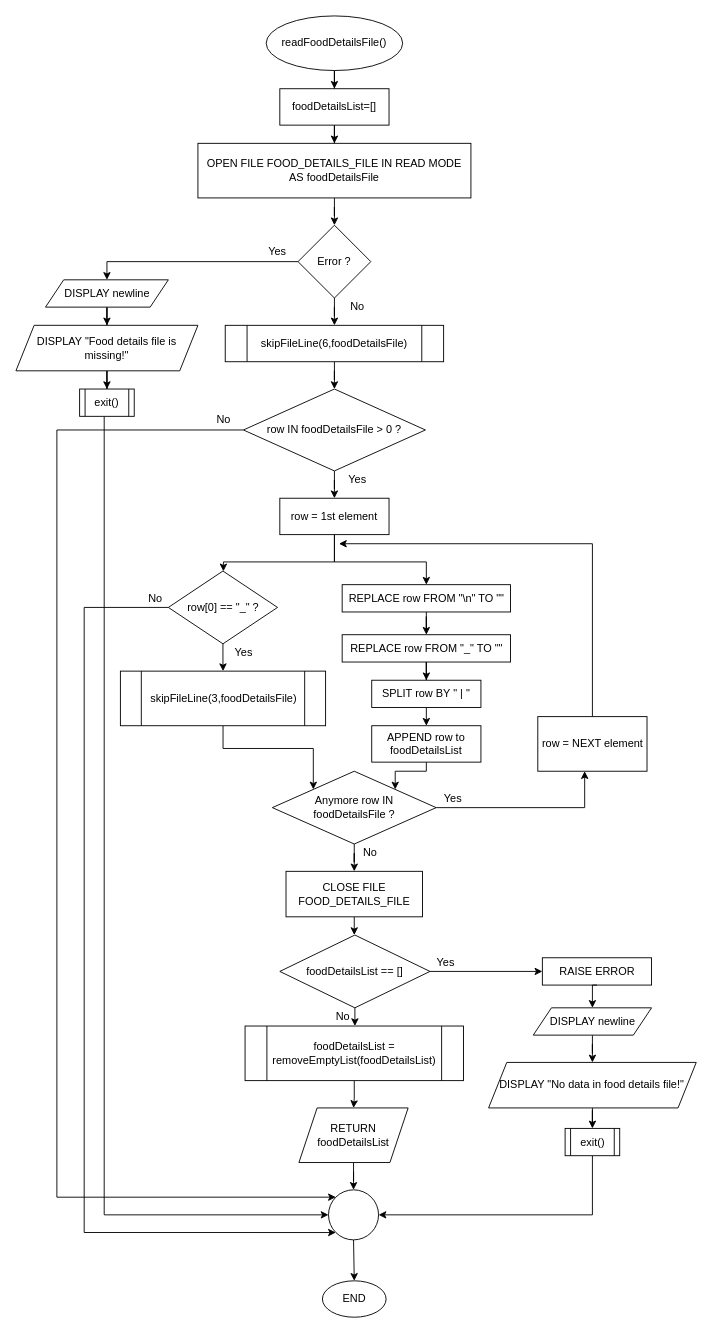
0xYudhishthra/python-assignment keeps this draw.io diagram as page "readFoodDetailsFile" (17 of 42) of Documentation/Flowcharts - Yudhish.drawio. Above is the earlier version. Source tidied: cells renumbered, new cells numbered last; positions are measured from the earlier drawing's top-left corner, leaving out a move shared by most shapes. Both pictures are drawn from the tidied source at 91%, with x=0, y=0 at pixel (15, 15).
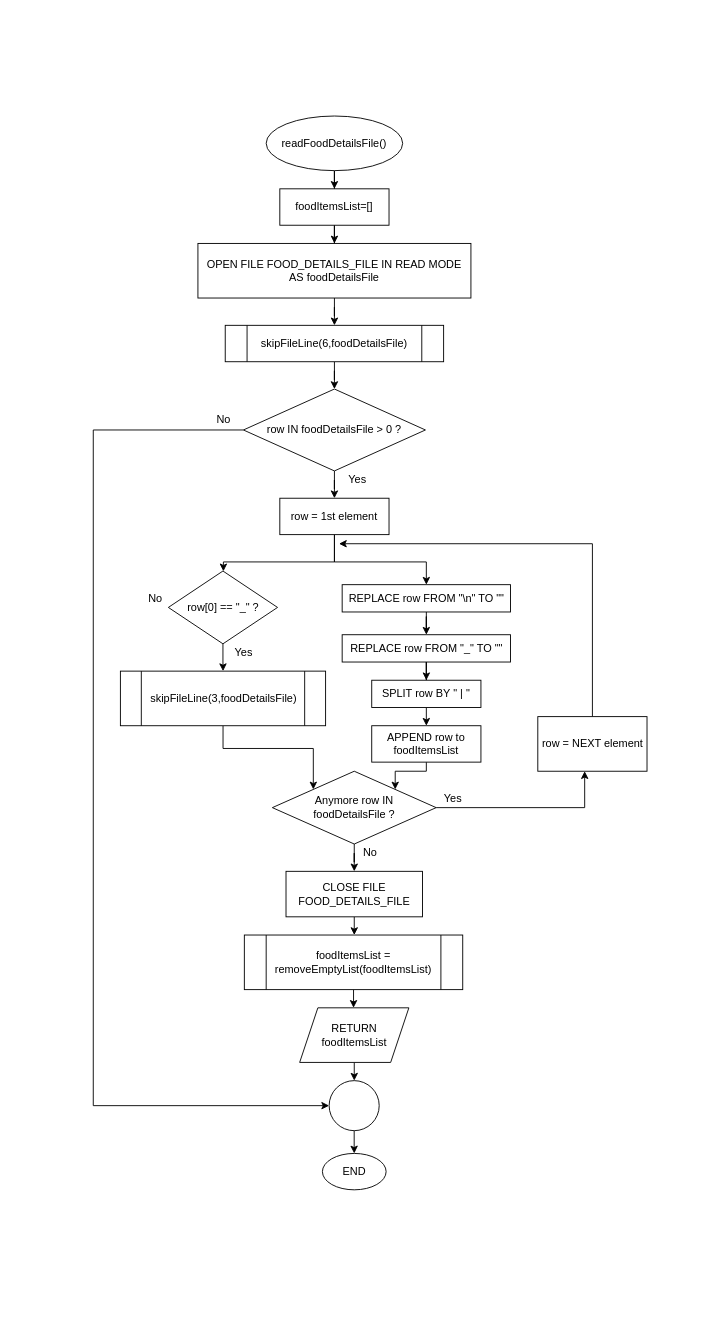
The same page after the edit.

Unchanged cells that the change refers to:
```xml
<mxCell id="12" value="skipFileLine(6,foodDetailsFile)" style="shape=process;whiteSpace=wrap;html=1;backgroundOutline=1;" parent="1" vertex="1">
  <mxGeometry x="230" y="340" width="240" height="40" as="geometry" />
</mxCell>
<mxCell id="19" value="row IN foodDetailsFile &amp;gt; 0 ?" style="rhombus;whiteSpace=wrap;html=1;" parent="1" vertex="1">
  <mxGeometry x="250" y="410" width="200" height="90" as="geometry" />
</mxCell>
<mxCell id="30" value="CLOSE FILE FOOD_DETAILS_FILE" style="whiteSpace=wrap;html=1;" parent="1" vertex="1">
  <mxGeometry x="296.8" y="940" width="150" height="50" as="geometry" />
</mxCell>
<mxCell id="59" value="row[0] == &quot;_&quot; ?" style="rhombus;whiteSpace=wrap;html=1;" parent="1" vertex="1">
  <mxGeometry x="167.5" y="610" width="120" height="80" as="geometry" />
</mxCell>
```

Change to the diagram source:
```diff
@@
     <mxCell id="3" value="readFoodDetailsFile()" style="ellipse;whiteSpace=wrap;html=1;" parent="1" vertex="1">
-      <mxGeometry x="275" width="150" height="60" as="geometry" />
+      <mxGeometry x="275" y="110" width="150" height="60" as="geometry" />
     </mxCell>
@@
-    <mxCell id="5" value="foodDetailsList=[]" style="whiteSpace=wrap;html=1;" parent="1" vertex="1">
-      <mxGeometry x="290" y="80" width="120" height="40" as="geometry" />
+    <mxCell id="5" value="foodItemsList=[]" style="whiteSpace=wrap;html=1;" parent="1" vertex="1">
+      <mxGeometry x="290" y="190" width="120" height="40" as="geometry" />
     </mxCell>
-    <mxCell id="6" style="edgeStyle=orthogonalEdgeStyle;rounded=0;jettySize=auto;html=1;" parent="1" edge="1" source="7" target="10">
-      <mxGeometry relative="1" as="geometry" />
-    </mxCell>
+    <mxCell id="73" style="edgeStyle=orthogonalEdgeStyle;rounded=0;jettySize=auto;html=1;entryX=0.5;entryY=0;entryDx=0;entryDy=0;" parent="1" edge="1" source="7" target="12">
+      <mxGeometry relative="1" as="geometry" />
+    </mxCell>
     <mxCell id="7" value="OPEN FILE FOOD_DETAILS_FILE IN READ MODE AS foodDetailsFile" style="whiteSpace=wrap;html=1;" parent="1" vertex="1">
-      <mxGeometry x="200" y="140" width="300" height="60" as="geometry" />
+      <mxGeometry x="200" y="250" width="300" height="60" as="geometry" />
     </mxCell>
-    <mxCell id="8" style="edgeStyle=orthogonalEdgeStyle;rounded=0;jettySize=auto;html=1;" parent="1" edge="1" source="10" target="12">
-      <mxGeometry relative="1" as="geometry" />
-    </mxCell>
-    <mxCell id="9" style="edgeStyle=orthogonalEdgeStyle;rounded=0;jettySize=auto;html=1;entryX=0.5;entryY=0;entryDx=0;entryDy=0;" parent="1" edge="1" source="10" target="49">
-      <mxGeometry relative="1" as="geometry" />
-    </mxCell>
-    <mxCell id="10" value="Error ?" style="rhombus;whiteSpace=wrap;html=1;" parent="1" vertex="1">
-      <mxGeometry x="310" y="230" width="80" height="80" as="geometry" />
-    </mxCell>
@@
-    <mxCell id="16" value="No" style="text;html=1;align=center;verticalAlign=middle;strokeColor=none;" parent="1" vertex="1">
-      <mxGeometry x="360" y="310" width="30" height="20" as="geometry" />
-    </mxCell>
@@
-    <mxCell id="18" style="edgeStyle=orthogonalEdgeStyle;rounded=0;jettySize=auto;html=1;entryX=0;entryY=0;entryDx=0;entryDy=0;" parent="1" edge="1" source="19" target="47">
+    <mxCell id="18" style="edgeStyle=orthogonalEdgeStyle;rounded=0;jettySize=auto;html=1;entryX=0;entryY=0.5;entryDx=0;entryDy=0;" parent="1" edge="1" source="19" target="47">
       <mxGeometry relative="1" as="geometry">
         <Array as="points">
-          <mxPoint x="45" y="455" />
-          <mxPoint x="45" y="1298" />
+          <mxPoint x="85" y="455" />
+          <mxPoint x="85" y="1198" />
         </Array>
       </mxGeometry>
     </mxCell>
@@
-    <mxCell id="22" value="APPEND row to foodDetailsList" style="whiteSpace=wrap;html=1;" parent="1" vertex="1">
+    <mxCell id="22" value="APPEND row to foodItemsList" style="whiteSpace=wrap;html=1;" parent="1" vertex="1">
       <mxGeometry x="391" y="780" width="120" height="40" as="geometry" />
     </mxCell>
@@
-    <mxCell id="29" style="edgeStyle=orthogonalEdgeStyle;rounded=0;jettySize=auto;html=1;" parent="1" edge="1" source="30" target="34">
+    <mxCell id="29" style="edgeStyle=orthogonalEdgeStyle;rounded=0;jettySize=auto;html=1;entryX=0.5;entryY=0;entryDx=0;entryDy=0;" parent="1" edge="1" source="30" target="69">
       <mxGeometry relative="1" as="geometry" />
     </mxCell>
@@
-    <mxCell id="32" style="edgeStyle=orthogonalEdgeStyle;rounded=0;jettySize=auto;html=1;" parent="1" edge="1" source="34" target="35">
-      <mxGeometry relative="1" as="geometry" />
-    </mxCell>
-    <mxCell id="33" style="edgeStyle=orthogonalEdgeStyle;rounded=0;jettySize=auto;html=1;" parent="1" edge="1" source="34" target="69">
-      <mxGeometry relative="1" as="geometry" />
-    </mxCell>
-    <mxCell id="34" value="foodDetailsList == []" style="rhombus;whiteSpace=wrap;html=1;" parent="1" vertex="1">
-      <mxGeometry x="290" y="1010" width="165" height="80" as="geometry" />
-    </mxCell>
-    <mxCell id="35" value="RAISE ERROR" style="whiteSpace=wrap;html=1;" parent="1" vertex="1">
-      <mxGeometry x="578.5" y="1035" width="120" height="30" as="geometry" />
-    </mxCell>
-    <mxCell id="36" value="Yes" style="text;html=1;align=center;verticalAlign=middle;strokeColor=none;" parent="1" vertex="1">
-      <mxGeometry x="451.8" y="1030" width="40" height="20" as="geometry" />
-    </mxCell>
-    <mxCell id="37" style="edgeStyle=orthogonalEdgeStyle;rounded=0;jettySize=auto;html=1;entryX=0.5;entryY=0;entryDx=0;entryDy=0;exitX=0.5;exitY=1;exitDx=0;exitDy=0;" parent="1" edge="1" source="35" target="39">
-      <mxGeometry relative="1" as="geometry" />
-    </mxCell>
-    <mxCell id="38" style="edgeStyle=orthogonalEdgeStyle;rounded=0;jettySize=auto;html=1;" parent="1" edge="1" source="39" target="41">
-      <mxGeometry relative="1" as="geometry" />
-    </mxCell>
-    <mxCell id="39" value="DISPLAY newline" style="shape=parallelogram;perimeter=parallelogramPerimeter;whiteSpace=wrap;html=1;fixedSize=1;" parent="1" vertex="1">
-      <mxGeometry x="568.5" y="1090" width="130" height="30" as="geometry" />
-    </mxCell>
-    <mxCell id="40" style="edgeStyle=orthogonalEdgeStyle;rounded=0;jettySize=auto;html=1;" parent="1" edge="1" source="41" target="43">
-      <mxGeometry relative="1" as="geometry" />
-    </mxCell>
-    <mxCell id="41" value="DISPLAY &quot;No data in food details file!&quot;" style="shape=parallelogram;perimeter=parallelogramPerimeter;whiteSpace=wrap;html=1;fixedSize=1;direction=west;" parent="1" vertex="1">
-      <mxGeometry x="519.4" y="1150" width="228.2" height="50" as="geometry" />
-    </mxCell>
-    <mxCell id="42" style="edgeStyle=orthogonalEdgeStyle;rounded=0;jettySize=auto;html=1;exitX=0.5;exitY=1;exitDx=0;exitDy=0;entryX=1;entryY=0.5;entryDx=0;entryDy=0;" parent="1" edge="1" source="43" target="47">
-      <mxGeometry relative="1" as="geometry" />
-    </mxCell>
-    <mxCell id="43" value="exit()" style="shape=process;whiteSpace=wrap;html=1;backgroundOutline=1;" parent="1" vertex="1">
-      <mxGeometry x="603.5" y="1222.5" width="60" height="30" as="geometry" />
-    </mxCell>
-    <mxCell id="44" value="No" style="text;html=1;align=center;verticalAlign=middle;strokeColor=none;" parent="1" vertex="1">
-      <mxGeometry x="343.5" y="1090" width="30" height="20" as="geometry" />
-    </mxCell>
@@
-    <mxCell id="46" style="edgeStyle=orthogonalEdgeStyle;rounded=0;jettySize=auto;html=1;entryX=0.5;entryY=0;entryDx=0;entryDy=0;" parent="1" edge="1" source="47" target="55">
-      <mxGeometry relative="1" as="geometry">
-        <Array as="points">
-          <mxPoint x="372" y="1290" />
-          <mxPoint x="372" y="1290" />
-        </Array>
-      </mxGeometry>
+    <mxCell id="46" style="edgeStyle=orthogonalEdgeStyle;rounded=0;jettySize=auto;html=1;" parent="1" edge="1" source="47" target="55">
+      <mxGeometry relative="1" as="geometry" />
     </mxCell>
     <mxCell id="47" style="ellipse;whiteSpace=wrap;html=1;" parent="1" vertex="1">
-      <mxGeometry x="343.5" y="1290" width="55" height="55" as="geometry" />
+      <mxGeometry x="344.2" y="1170" width="55" height="55" as="geometry" />
     </mxCell>
-    <mxCell id="48" style="edgeStyle=orthogonalEdgeStyle;rounded=0;jettySize=auto;html=1;" parent="1" edge="1" source="49" target="51">
-      <mxGeometry relative="1" as="geometry" />
-    </mxCell>
-    <mxCell id="49" value="DISPLAY newline" style="shape=parallelogram;perimeter=parallelogramPerimeter;whiteSpace=wrap;html=1;fixedSize=1;" parent="1" vertex="1">
-      <mxGeometry x="32.5" y="290" width="135" height="30" as="geometry" />
-    </mxCell>
-    <mxCell id="50" style="edgeStyle=orthogonalEdgeStyle;rounded=0;jettySize=auto;html=1;" parent="1" edge="1" source="51" target="53">
-      <mxGeometry relative="1" as="geometry" />
-    </mxCell>
-    <mxCell id="51" value="DISPLAY &quot;Food details file is missing!&quot;" style="shape=parallelogram;perimeter=parallelogramPerimeter;whiteSpace=wrap;html=1;fixedSize=1;" parent="1" vertex="1">
-      <mxGeometry y="340" width="200" height="50" as="geometry" />
-    </mxCell>
-    <mxCell id="52" style="edgeStyle=orthogonalEdgeStyle;rounded=0;jettySize=auto;html=1;entryX=0;entryY=0.5;entryDx=0;entryDy=0;" parent="1" edge="1" target="47">
-      <mxGeometry relative="1" as="geometry">
-        <mxPoint x="97" y="440" as="sourcePoint" />
-        <Array as="points">
-          <mxPoint x="97" y="1318" />
-        </Array>
-      </mxGeometry>
-    </mxCell>
-    <mxCell id="53" value="exit()" style="shape=process;whiteSpace=wrap;html=1;backgroundOutline=1;" parent="1" vertex="1">
-      <mxGeometry x="70" y="410" width="60" height="30" as="geometry" />
-    </mxCell>
-    <mxCell id="54" value="Yes" style="text;html=1;align=center;verticalAlign=middle;strokeColor=none;" parent="1" vertex="1">
-      <mxGeometry x="267" y="249" width="40" height="20" as="geometry" />
-    </mxCell>
     <mxCell id="55" value="END" style="ellipse;whiteSpace=wrap;html=1;" parent="1" vertex="1">
-      <mxGeometry x="336.8" y="1390" width="70" height="40" as="geometry" />
+      <mxGeometry x="336.8" y="1250" width="70" height="40" as="geometry" />
     </mxCell>
@@
-    <mxCell id="57" style="edgeStyle=orthogonalEdgeStyle;rounded=0;jettySize=auto;html=1;entryX=0;entryY=1;entryDx=0;entryDy=0;" parent="1" edge="1" source="59" target="47">
-      <mxGeometry relative="1" as="geometry">
-        <Array as="points">
-          <mxPoint x="75" y="650" />
-          <mxPoint x="75" y="1337" />
-        </Array>
-      </mxGeometry>
-    </mxCell>
@@
-    <mxCell id="69" value="foodDetailsList = removeEmptyList(foodDetailsList)" style="shape=process;whiteSpace=wrap;html=1;backgroundOutline=1;" parent="1" vertex="1">
-      <mxGeometry x="251.8" y="1110" width="240" height="60" as="geometry" />
+    <mxCell id="69" value="foodItemsList = removeEmptyList(foodItemsList)" style="shape=process;whiteSpace=wrap;html=1;backgroundOutline=1;" parent="1" vertex="1">
+      <mxGeometry x="251" y="1010" width="240" height="60" as="geometry" />
     </mxCell>
-    <mxCell id="70" value="RETURN foodDetailsList" style="shape=parallelogram;perimeter=parallelogramPerimeter;whiteSpace=wrap;html=1;fixedSize=1;" parent="1" vertex="1">
-      <mxGeometry x="311" y="1200" width="120" height="60" as="geometry" />
+    <mxCell id="70" value="RETURN foodItemsList" style="shape=parallelogram;perimeter=parallelogramPerimeter;whiteSpace=wrap;html=1;fixedSize=1;" parent="1" vertex="1">
+      <mxGeometry x="311.8" y="1090" width="120" height="60" as="geometry" />
     </mxCell>
```
